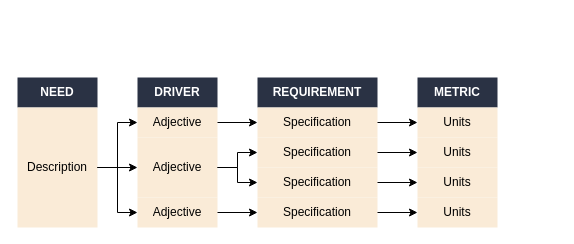
Earlier version of the draw.io diagram page "ctq" (1 of 6) of assets/docs/posts/2025/ctq.drawio (Woolfrey/woolfrey.github.io). Source tidied: cells renumbered, new cells numbered last; positions are measured from the earlier drawing's top-left corner, leaving out a move shared by most shapes. Both pictures are drawn from the tidied source at 100%, with x=0, y=0 at pixel (17, 77).
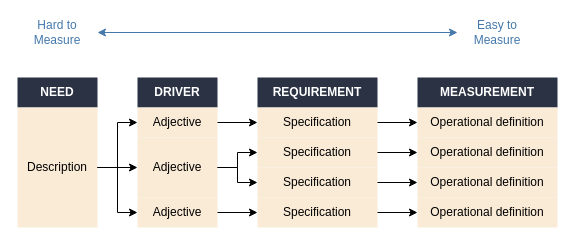
The same diagram, later.

The edit, as a diff of the source:
```diff
@@
-    <mxCell id="20" value="&lt;b&gt;&lt;font color=&quot;#ffffff&quot;&gt;METRIC&lt;/font&gt;&lt;/b&gt;" style="swimlane;fontStyle=0;horizontal=1;startSize=30;whiteSpace=wrap;html=1;strokeColor=none;fillColor=#2A3244;" parent="1" vertex="1">
-      <mxGeometry x="400" width="80" height="150" as="geometry" />
+    <mxCell id="20" value="&lt;b&gt;&lt;font color=&quot;#ffffff&quot;&gt;MEASUREMENT&lt;/font&gt;&lt;/b&gt;" style="swimlane;fontStyle=0;horizontal=1;startSize=30;whiteSpace=wrap;html=1;strokeColor=none;fillColor=#2A3244;" parent="1" vertex="1">
+      <mxGeometry x="400" width="140" height="150" as="geometry" />
     </mxCell>
-    <mxCell id="21" value="Units" style="text;strokeColor=none;fillColor=#FAEBD7;align=center;verticalAlign=middle;spacingLeft=4;spacingRight=4;overflow=hidden;points=[[0,0.5],[1,0.5]];portConstraint=eastwest;whiteSpace=wrap;html=1;" parent="20" vertex="1">
-      <mxGeometry y="30" width="80" height="30" as="geometry" />
+    <mxCell id="21" value="Operational definition" style="text;strokeColor=none;fillColor=#FAEBD7;align=center;verticalAlign=middle;spacingLeft=4;spacingRight=4;overflow=hidden;points=[[0,0.5],[1,0.5]];portConstraint=eastwest;whiteSpace=wrap;html=1;" parent="20" vertex="1">
+      <mxGeometry y="30" width="140" height="30" as="geometry" />
     </mxCell>
-    <mxCell id="22" value="Units" style="text;strokeColor=none;fillColor=#FAEBD7;align=center;verticalAlign=middle;spacingLeft=4;spacingRight=4;overflow=hidden;points=[[0,0.5],[1,0.5]];portConstraint=eastwest;whiteSpace=wrap;html=1;" parent="20" vertex="1">
-      <mxGeometry y="60" width="80" height="30" as="geometry" />
+    <mxCell id="22" value="Operational definition" style="text;strokeColor=none;fillColor=#FAEBD7;align=center;verticalAlign=middle;spacingLeft=4;spacingRight=4;overflow=hidden;points=[[0,0.5],[1,0.5]];portConstraint=eastwest;whiteSpace=wrap;html=1;" parent="20" vertex="1">
+      <mxGeometry y="60" width="140" height="30" as="geometry" />
     </mxCell>
-    <mxCell id="23" value="Units" style="text;strokeColor=none;fillColor=#FAEBD7;align=center;verticalAlign=middle;spacingLeft=4;spacingRight=4;overflow=hidden;points=[[0,0.5],[1,0.5]];portConstraint=eastwest;whiteSpace=wrap;html=1;" parent="20" vertex="1">
-      <mxGeometry y="90" width="80" height="30" as="geometry" />
+    <mxCell id="23" value="Operational definition" style="text;strokeColor=none;fillColor=#FAEBD7;align=center;verticalAlign=middle;spacingLeft=4;spacingRight=4;overflow=hidden;points=[[0,0.5],[1,0.5]];portConstraint=eastwest;whiteSpace=wrap;html=1;" parent="20" vertex="1">
+      <mxGeometry y="90" width="140" height="30" as="geometry" />
     </mxCell>
-    <mxCell id="24" value="Units" style="text;strokeColor=none;fillColor=#FAEBD7;align=center;verticalAlign=middle;spacingLeft=4;spacingRight=4;overflow=hidden;points=[[0,0.5],[1,0.5]];portConstraint=eastwest;whiteSpace=wrap;html=1;" parent="20" vertex="1">
-      <mxGeometry y="120" width="80" height="30" as="geometry" />
+    <mxCell id="24" value="Operational definition" style="text;strokeColor=none;fillColor=#FAEBD7;align=center;verticalAlign=middle;spacingLeft=4;spacingRight=4;overflow=hidden;points=[[0,0.5],[1,0.5]];portConstraint=eastwest;whiteSpace=wrap;html=1;" parent="20" vertex="1">
+      <mxGeometry y="120" width="140" height="30" as="geometry" />
     </mxCell>
@@
+    <mxCell id="29" value="Easy to Measure" style="text;html=1;strokeColor=none;fillColor=none;align=center;verticalAlign=middle;whiteSpace=wrap;rounded=0;fontColor=#4579AC;" parent="1" vertex="1">
+      <mxGeometry x="440" y="-60" width="80" height="30" as="geometry" />
+    </mxCell>
+    <mxCell id="30" value="Hard to Measure" style="text;html=1;strokeColor=none;fillColor=none;align=center;verticalAlign=middle;whiteSpace=wrap;rounded=0;fontColor=#4579AC;" parent="1" vertex="1">
+      <mxGeometry y="-60" width="80" height="30" as="geometry" />
+    </mxCell>
+    <mxCell id="31" style="endArrow=classic;startArrow=classic;html=1;rounded=0;exitX=1;exitY=0.5;exitDx=0;exitDy=0;entryX=0;entryY=0.5;entryDx=0;entryDy=0;fontColor=#2A3244;strokeColor=#4579AC;" parent="1" edge="1" source="30" target="29">
+      <mxGeometry relative="1" as="geometry" />
+    </mxCell>
```
